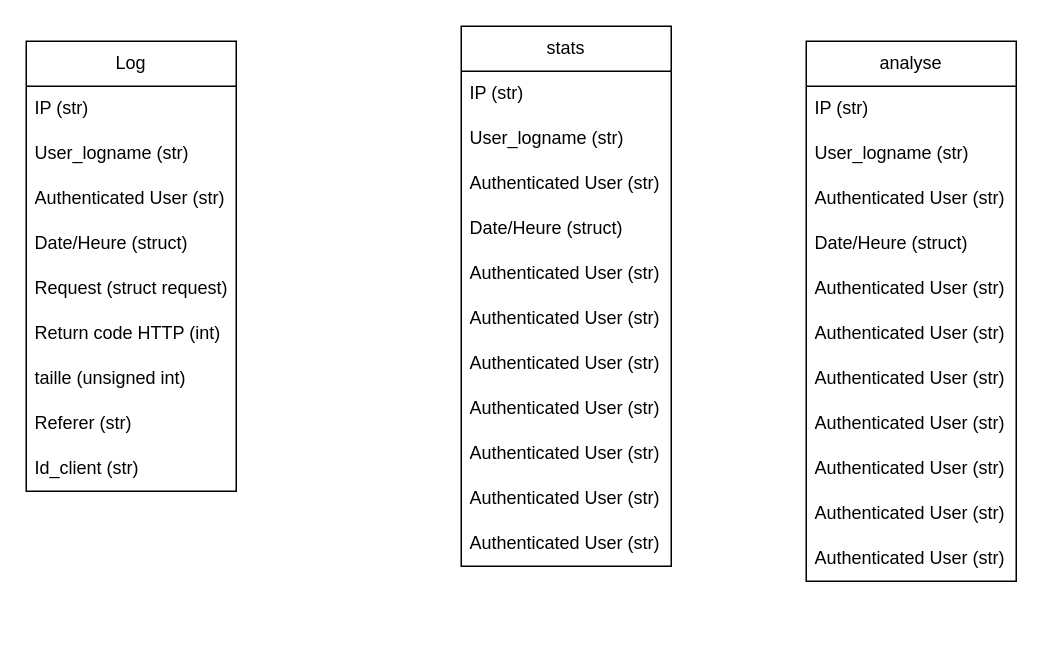
Above: Untitled Diagram.drawio in akhoacoby/TPOOP_Trajet (draw.io), before the change. Source tidied: cells renumbered, new cells numbered last; positions are measured from the earlier drawing's top-left corner, leaving out a move shared by most shapes. Both pictures are drawn from the tidied source at 150%, with x=0, y=0 at pixel (26, 26).
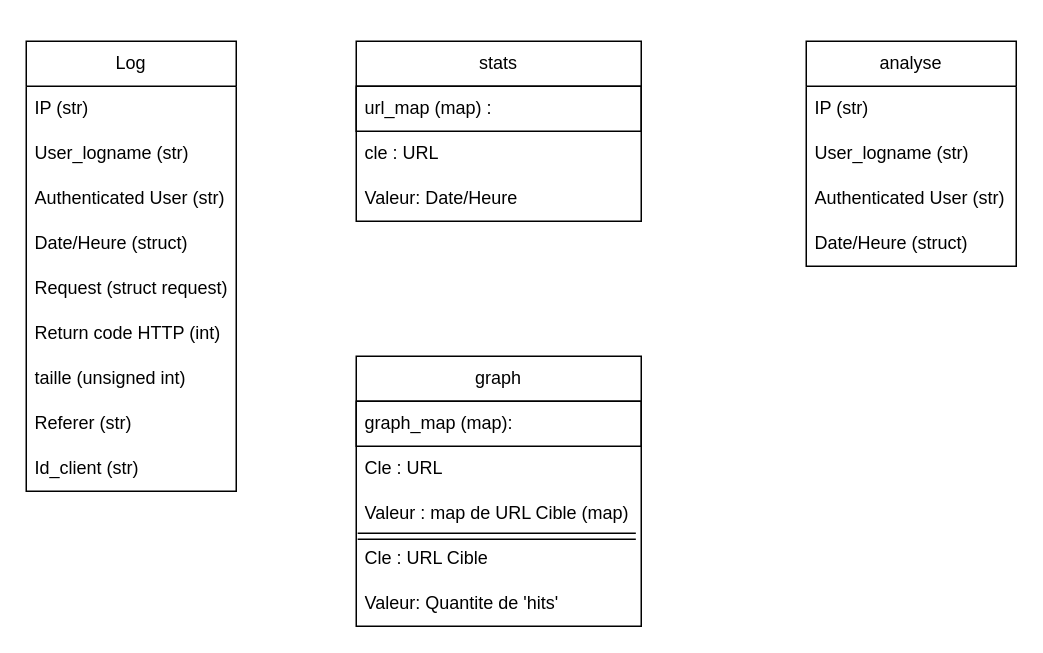
Above is the later version.

What changed in the source:
```diff
@@
     <mxCell id="12" value="stats" style="swimlane;fontStyle=0;horizontal=1;startSize=30;whiteSpace=wrap;html=1;" parent="1" vertex="1">
-      <mxGeometry x="290" width="140" height="360" as="geometry" />
+      <mxGeometry x="220" y="10" width="190" height="120" as="geometry" />
     </mxCell>
-    <mxCell id="13" value="IP (str)" style="text;strokeColor=none;fillColor=none;align=left;verticalAlign=middle;spacingLeft=4;spacingRight=4;overflow=hidden;whiteSpace=wrap;html=1;" parent="12" vertex="1">
-      <mxGeometry y="30" width="140" height="30" as="geometry" />
-    </mxCell>
-    <mxCell id="14" value="User_logname (str)" style="text;strokeColor=none;fillColor=none;align=left;verticalAlign=middle;spacingLeft=4;spacingRight=4;overflow=hidden;whiteSpace=wrap;html=1;" parent="12" vertex="1">
-      <mxGeometry y="60" width="140" height="30" as="geometry" />
+    <mxCell id="14" value="url_map (map) :" style="text;strokeColor=default;fillColor=none;align=left;verticalAlign=middle;spacingLeft=4;spacingRight=4;overflow=hidden;whiteSpace=wrap;html=1;" parent="12" vertex="1">
+      <mxGeometry y="30" width="190" height="30" as="geometry" />
     </mxCell>
-    <mxCell id="15" value="Authenticated User (str)" style="text;strokeColor=none;fillColor=none;align=left;verticalAlign=middle;spacingLeft=4;spacingRight=4;overflow=hidden;whiteSpace=wrap;html=1;" parent="12" vertex="1">
-      <mxGeometry y="90" width="140" height="30" as="geometry" />
-    </mxCell>
-    <mxCell id="16" value="Date/Heure (struct)" style="text;strokeColor=none;fillColor=none;align=left;verticalAlign=middle;spacingLeft=4;spacingRight=4;overflow=hidden;whiteSpace=wrap;html=1;" parent="12" vertex="1">
-      <mxGeometry y="120" width="140" height="30" as="geometry" />
+    <mxCell id="16" value="cle : URL" style="text;strokeColor=none;fillColor=none;align=left;verticalAlign=middle;spacingLeft=4;spacingRight=4;overflow=hidden;whiteSpace=wrap;html=1;" parent="12" vertex="1">
+      <mxGeometry y="60" width="190" height="30" as="geometry" />
     </mxCell>
-    <mxCell id="17" value="Authenticated User (str)" style="text;strokeColor=none;fillColor=none;align=left;verticalAlign=middle;spacingLeft=4;spacingRight=4;overflow=hidden;whiteSpace=wrap;html=1;" parent="12" vertex="1">
-      <mxGeometry y="150" width="140" height="30" as="geometry" />
-    </mxCell>
-    <mxCell id="18" value="Authenticated User (str)" style="text;strokeColor=none;fillColor=none;align=left;verticalAlign=middle;spacingLeft=4;spacingRight=4;overflow=hidden;whiteSpace=wrap;html=1;" parent="12" vertex="1">
-      <mxGeometry y="180" width="140" height="30" as="geometry" />
-    </mxCell>
-    <mxCell id="19" value="Authenticated User (str)" style="text;strokeColor=none;fillColor=none;align=left;verticalAlign=middle;spacingLeft=4;spacingRight=4;overflow=hidden;whiteSpace=wrap;html=1;" parent="12" vertex="1">
-      <mxGeometry y="210" width="140" height="30" as="geometry" />
-    </mxCell>
-    <mxCell id="20" value="Authenticated User (str)" style="text;strokeColor=none;fillColor=none;align=left;verticalAlign=middle;spacingLeft=4;spacingRight=4;overflow=hidden;whiteSpace=wrap;html=1;" parent="12" vertex="1">
-      <mxGeometry y="240" width="140" height="30" as="geometry" />
-    </mxCell>
-    <mxCell id="21" value="Authenticated User (str)" style="text;strokeColor=none;fillColor=none;align=left;verticalAlign=middle;spacingLeft=4;spacingRight=4;overflow=hidden;whiteSpace=wrap;html=1;" parent="12" vertex="1">
-      <mxGeometry y="270" width="140" height="30" as="geometry" />
-    </mxCell>
-    <mxCell id="22" value="Authenticated User (str)" style="text;strokeColor=none;fillColor=none;align=left;verticalAlign=middle;spacingLeft=4;spacingRight=4;overflow=hidden;whiteSpace=wrap;html=1;" parent="12" vertex="1">
-      <mxGeometry y="300" width="140" height="30" as="geometry" />
-    </mxCell>
-    <mxCell id="23" value="Authenticated User (str)" style="text;strokeColor=none;fillColor=none;align=left;verticalAlign=middle;spacingLeft=4;spacingRight=4;overflow=hidden;whiteSpace=wrap;html=1;" parent="12" vertex="1">
-      <mxGeometry y="330" width="140" height="30" as="geometry" />
-    </mxCell>
+    <mxCell id="36" value="Valeur: Date/Heure" style="text;strokeColor=none;fillColor=none;align=left;verticalAlign=middle;spacingLeft=4;spacingRight=4;overflow=hidden;whiteSpace=wrap;html=1;" parent="12" vertex="1">
+      <mxGeometry y="90" width="190" height="30" as="geometry" />
+    </mxCell>
+    <mxCell id="37" value="graph" style="swimlane;fontStyle=0;horizontal=1;startSize=30;whiteSpace=wrap;html=1;" parent="1" vertex="1">
+      <mxGeometry x="220" y="220" width="190" height="180" as="geometry" />
+    </mxCell>
+    <mxCell id="38" value="graph_map (map):" style="text;strokeColor=default;fillColor=none;align=left;verticalAlign=middle;spacingLeft=4;spacingRight=4;overflow=hidden;whiteSpace=wrap;html=1;" parent="37" vertex="1">
+      <mxGeometry y="30" width="190" height="30" as="geometry" />
+    </mxCell>
+    <mxCell id="39" value="Cle : URL" style="text;strokeColor=none;fillColor=none;align=left;verticalAlign=middle;spacingLeft=4;spacingRight=4;overflow=hidden;whiteSpace=wrap;html=1;" parent="37" vertex="1">
+      <mxGeometry y="60" width="190" height="30" as="geometry" />
+    </mxCell>
+    <mxCell id="40" value="Valeur : map de URL Cible (map)" style="text;strokeColor=none;fillColor=none;align=left;verticalAlign=middle;spacingLeft=4;spacingRight=4;overflow=hidden;points=[[0,0.5],[1,0.5]];portConstraint=eastwest;whiteSpace=wrap;html=1;strokeWidth=1;perimeterSpacing=0;" parent="37" vertex="1">
+      <mxGeometry y="90" width="190" height="30" as="geometry" />
+    </mxCell>
+    <mxCell id="41" value="Cle : URL Cible" style="text;strokeColor=none;fillColor=none;align=left;verticalAlign=middle;spacingLeft=4;spacingRight=4;overflow=hidden;whiteSpace=wrap;html=1;" parent="37" vertex="1">
+      <mxGeometry y="120" width="190" height="30" as="geometry" />
+    </mxCell>
+    <mxCell id="42" value="Valeur: Quantite de 'hits'" style="text;strokeColor=none;fillColor=none;align=left;verticalAlign=middle;spacingLeft=4;spacingRight=4;overflow=hidden;whiteSpace=wrap;html=1;" parent="37" vertex="1">
+      <mxGeometry y="150" width="190" height="30" as="geometry" />
+    </mxCell>
+    <mxCell id="43" style="shape=link;html=1;rounded=0;exitX=0.005;exitY=1;exitDx=0;exitDy=0;exitPerimeter=0;entryX=0.981;entryY=1;entryDx=0;entryDy=0;entryPerimeter=0;" parent="37" edge="1" source="40" target="40">
+      <mxGeometry relative="1" as="geometry" />
+    </mxCell>
     <mxCell id="24" value="analyse" style="swimlane;fontStyle=0;horizontal=1;startSize=30;whiteSpace=wrap;html=1;" parent="1" vertex="1">
-      <mxGeometry x="520" y="10" width="140" height="360" as="geometry" />
+      <mxGeometry x="520" y="10" width="140" height="150" as="geometry" />
     </mxCell>
@@
-    <mxCell id="29" value="Authenticated User (str)" style="text;strokeColor=none;fillColor=none;align=left;verticalAlign=middle;spacingLeft=4;spacingRight=4;overflow=hidden;whiteSpace=wrap;html=1;" parent="24" vertex="1">
-      <mxGeometry y="150" width="140" height="30" as="geometry" />
-    </mxCell>
-    <mxCell id="30" value="Authenticated User (str)" style="text;strokeColor=none;fillColor=none;align=left;verticalAlign=middle;spacingLeft=4;spacingRight=4;overflow=hidden;whiteSpace=wrap;html=1;" parent="24" vertex="1">
-      <mxGeometry y="180" width="140" height="30" as="geometry" />
-    </mxCell>
-    <mxCell id="31" value="Authenticated User (str)" style="text;strokeColor=none;fillColor=none;align=left;verticalAlign=middle;spacingLeft=4;spacingRight=4;overflow=hidden;whiteSpace=wrap;html=1;" parent="24" vertex="1">
-      <mxGeometry y="210" width="140" height="30" as="geometry" />
-    </mxCell>
-    <mxCell id="32" value="Authenticated User (str)" style="text;strokeColor=none;fillColor=none;align=left;verticalAlign=middle;spacingLeft=4;spacingRight=4;overflow=hidden;whiteSpace=wrap;html=1;" parent="24" vertex="1">
-      <mxGeometry y="240" width="140" height="30" as="geometry" />
-    </mxCell>
-    <mxCell id="33" value="Authenticated User (str)" style="text;strokeColor=none;fillColor=none;align=left;verticalAlign=middle;spacingLeft=4;spacingRight=4;overflow=hidden;whiteSpace=wrap;html=1;" parent="24" vertex="1">
-      <mxGeometry y="270" width="140" height="30" as="geometry" />
-    </mxCell>
-    <mxCell id="34" value="Authenticated User (str)" style="text;strokeColor=none;fillColor=none;align=left;verticalAlign=middle;spacingLeft=4;spacingRight=4;overflow=hidden;whiteSpace=wrap;html=1;" parent="24" vertex="1">
-      <mxGeometry y="300" width="140" height="30" as="geometry" />
-    </mxCell>
-    <mxCell id="35" value="Authenticated User (str)" style="text;strokeColor=none;fillColor=none;align=left;verticalAlign=middle;spacingLeft=4;spacingRight=4;overflow=hidden;whiteSpace=wrap;html=1;" parent="24" vertex="1">
-      <mxGeometry y="330" width="140" height="30" as="geometry" />
-    </mxCell>
```
